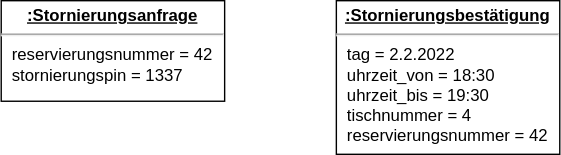
The draw.io diagram diagramme/UML-Object_3_ReservierungStornieren.drawio.svg in gsoTH/tischreservierung, before a commit. Source tidied: cells renumbered, new cells last; positions are measured from the earlier drawing's top-left corner, leaving out a move shared by most shapes. The source it was exported from:
```xml
<mxGraphModel>
  <root>
    <mxCell id="0" />
    <mxCell id="1" parent="0" />
    <mxCell id="2" value="&lt;p style=&quot;margin:0px;margin-top:4px;text-align:center;text-decoration:underline;&quot;&gt;&lt;b&gt;:Stornierungsanfrage&lt;br&gt;&lt;/b&gt;&lt;/p&gt;&lt;hr&gt;&lt;p style=&quot;margin:0px;margin-left:8px;&quot;&gt;reservierungsnummer = 42&lt;/p&gt;&lt;p style=&quot;margin:0px;margin-left:8px;&quot;&gt;stornierungspin = 1337&lt;br&gt;&lt;/p&gt;" style="verticalAlign=top;align=left;overflow=fill;fontSize=12;fontFamily=Helvetica;html=1;" parent="1" vertex="1">
      <mxGeometry width="160" height="72" as="geometry" />
    </mxCell>
    <mxCell id="3" value="&lt;p style=&quot;margin:0px;margin-top:4px;text-align:center;text-decoration:underline;&quot;&gt;&lt;b&gt;:Stornierungsbestätigung&lt;br&gt;&lt;/b&gt;&lt;/p&gt;&lt;hr&gt;&lt;p style=&quot;margin:0px;margin-left:8px;&quot;&gt;tag = 2.2.2022&lt;br&gt;uhrzeit_von = 18:30&lt;/p&gt;&lt;p style=&quot;margin:0px;margin-left:8px;&quot;&gt;uhrzeit_bis = 19:30&lt;/p&gt;&lt;p style=&quot;margin:0px;margin-left:8px;&quot;&gt;tischnummer = 4&lt;/p&gt;&lt;p style=&quot;margin:0px;margin-left:8px;&quot;&gt;reservierungsnummer = 42&lt;br&gt;&lt;/p&gt;" style="verticalAlign=top;align=left;overflow=fill;fontSize=12;fontFamily=Helvetica;html=1;" parent="1" vertex="1">
      <mxGeometry x="240" width="160" height="110" as="geometry" />
    </mxCell>
  </root>
</mxGraphModel>
```
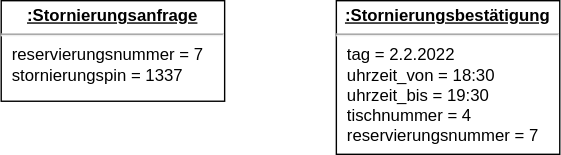
Above is the later version.

Commit message:
Kleine Änderungen

What changed in the source:
```diff
@@ -2,10 +2,10 @@
   <root>
     <mxCell id="0" />
     <mxCell id="1" parent="0" />
-    <mxCell id="2" value="&lt;p style=&quot;margin:0px;margin-top:4px;text-align:center;text-decoration:underline;&quot;&gt;&lt;b&gt;:Stornierungsanfrage&lt;br&gt;&lt;/b&gt;&lt;/p&gt;&lt;hr&gt;&lt;p style=&quot;margin:0px;margin-left:8px;&quot;&gt;reservierungsnummer = 42&lt;/p&gt;&lt;p style=&quot;margin:0px;margin-left:8px;&quot;&gt;stornierungspin = 1337&lt;br&gt;&lt;/p&gt;" style="verticalAlign=top;align=left;overflow=fill;fontSize=12;fontFamily=Helvetica;html=1;" parent="1" vertex="1">
+    <mxCell id="2" value="&lt;p style=&quot;margin:0px;margin-top:4px;text-align:center;text-decoration:underline;&quot;&gt;&lt;b&gt;:Stornierungsanfrage&lt;br&gt;&lt;/b&gt;&lt;/p&gt;&lt;hr&gt;&lt;p style=&quot;margin:0px;margin-left:8px;&quot;&gt;reservierungsnummer = 7&lt;/p&gt;&lt;p style=&quot;margin:0px;margin-left:8px;&quot;&gt;stornierungspin = 1337&lt;br&gt;&lt;/p&gt;" style="verticalAlign=top;align=left;overflow=fill;fontSize=12;fontFamily=Helvetica;html=1;" parent="1" vertex="1">
       <mxGeometry width="160" height="72" as="geometry" />
     </mxCell>
-    <mxCell id="3" value="&lt;p style=&quot;margin:0px;margin-top:4px;text-align:center;text-decoration:underline;&quot;&gt;&lt;b&gt;:Stornierungsbestätigung&lt;br&gt;&lt;/b&gt;&lt;/p&gt;&lt;hr&gt;&lt;p style=&quot;margin:0px;margin-left:8px;&quot;&gt;tag = 2.2.2022&lt;br&gt;uhrzeit_von = 18:30&lt;/p&gt;&lt;p style=&quot;margin:0px;margin-left:8px;&quot;&gt;uhrzeit_bis = 19:30&lt;/p&gt;&lt;p style=&quot;margin:0px;margin-left:8px;&quot;&gt;tischnummer = 4&lt;/p&gt;&lt;p style=&quot;margin:0px;margin-left:8px;&quot;&gt;reservierungsnummer = 42&lt;br&gt;&lt;/p&gt;" style="verticalAlign=top;align=left;overflow=fill;fontSize=12;fontFamily=Helvetica;html=1;" parent="1" vertex="1">
+    <mxCell id="3" value="&lt;p style=&quot;margin:0px;margin-top:4px;text-align:center;text-decoration:underline;&quot;&gt;&lt;b&gt;:Stornierungsbestätigung&lt;br&gt;&lt;/b&gt;&lt;/p&gt;&lt;hr&gt;&lt;p style=&quot;margin:0px;margin-left:8px;&quot;&gt;tag = 2.2.2022&lt;br&gt;uhrzeit_von = 18:30&lt;/p&gt;&lt;p style=&quot;margin:0px;margin-left:8px;&quot;&gt;uhrzeit_bis = 19:30&lt;/p&gt;&lt;p style=&quot;margin:0px;margin-left:8px;&quot;&gt;tischnummer = 4&lt;/p&gt;&lt;p style=&quot;margin:0px;margin-left:8px;&quot;&gt;reservierungsnummer = 7&lt;br&gt;&lt;/p&gt;" style="verticalAlign=top;align=left;overflow=fill;fontSize=12;fontFamily=Helvetica;html=1;" parent="1" vertex="1">
       <mxGeometry x="240" width="160" height="110" as="geometry" />
     </mxCell>
   </root>
```
